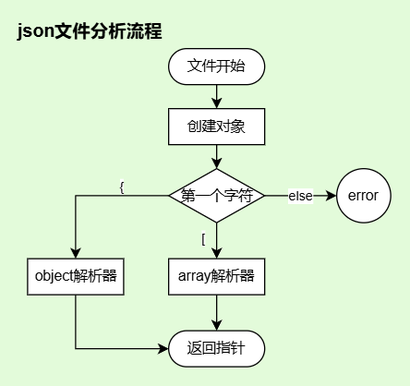
Above: pic_src/parser_json_file.png in Tankckr/JSON_analyser (draw.io), before the change. Source tidied: cells renumbered, new cells last; positions are measured from the earlier drawing's top-left corner, leaving out a move shared by most shapes.
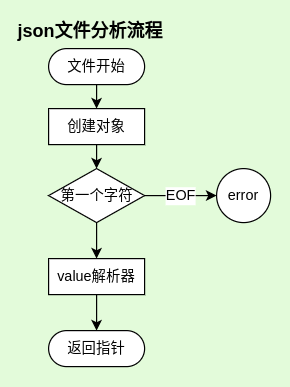
After the commit.

What changed in the source:
```diff
@@ -1,56 +1,45 @@
 <mxGraphModel background="#e3fbda">
   <root>
     <mxCell id="0" />
-    <mxCell id="1" parent="0" />
-    <mxCell id="2" style="rounded=0;whiteSpace=wrap;html=1;opacity=0;" parent="1" vertex="1">
-      <mxGeometry width="340" height="320" as="geometry" />
-    </mxCell>
+    <mxCell id="18" value="file_main" parent="0" />
+    <mxCell id="19" style="rounded=0;whiteSpace=wrap;html=1;opacity=0;" parent="18" vertex="1">
+      <mxGeometry x="100" width="240" height="320" as="geometry" />
+    </mxCell>
-    <mxCell id="3" style="edgeStyle=orthogonalEdgeStyle;rounded=0;jettySize=auto;html=1;exitX=0.5;exitY=1;exitDx=0;exitDy=0;entryX=0.5;entryY=0;entryDx=0;entryDy=0;" parent="1" edge="1" source="4" target="16">
+    <mxCell id="3" style="edgeStyle=orthogonalEdgeStyle;rounded=0;jettySize=auto;html=1;exitX=0.5;exitY=1;exitDx=0;exitDy=0;entryX=0.5;entryY=0;entryDx=0;entryDy=0;" parent="18" edge="1" source="4" target="16">
       <mxGeometry relative="1" as="geometry" />
     </mxCell>
-    <mxCell id="4" value="文件开始" style="rounded=1;whiteSpace=wrap;html=1;arcSize=50;" parent="1" vertex="1">
+    <mxCell id="4" value="文件开始" style="rounded=1;whiteSpace=wrap;html=1;arcSize=50;" parent="18" vertex="1">
       <mxGeometry x="140" y="40" width="80" height="30" as="geometry" />
     </mxCell>
-    <mxCell id="5" value="{" style="edgeStyle=orthogonalEdgeStyle;rounded=0;jettySize=auto;html=1;entryX=0.5;entryY=0;entryDx=0;entryDy=0;" parent="1" edge="1" source="8" target="10">
-      <mxGeometry x="-0.4" y="-7" relative="1" as="geometry">
-        <mxPoint y="-1" as="offset" />
-      </mxGeometry>
-    </mxCell>
-    <mxCell id="6" value="[" style="edgeStyle=orthogonalEdgeStyle;rounded=0;jettySize=auto;html=1;" parent="1" edge="1" source="8" target="12">
-      <mxGeometry x="0.32" y="-11" relative="1" as="geometry" />
-    </mxCell>
-    <mxCell id="7" value="else" style="edgeStyle=orthogonalEdgeStyle;rounded=0;jettySize=auto;html=1;" parent="1" edge="1" source="8" target="13">
+    <mxCell id="7" value="EOF" style="edgeStyle=orthogonalEdgeStyle;rounded=0;jettySize=auto;html=1;" parent="18" edge="1" source="8" target="13">
       <mxGeometry relative="1" as="geometry" />
     </mxCell>
+    <mxCell id="20" style="edgeStyle=orthogonalEdgeStyle;rounded=0;jettySize=auto;html=1;exitX=0.5;exitY=1;exitDx=0;exitDy=0;entryX=0.5;entryY=0;entryDx=0;entryDy=0;" parent="18" edge="1" source="8" target="22">
+      <mxGeometry relative="1" as="geometry" />
+    </mxCell>
-    <mxCell id="8" value="第一个字符" style="rhombus;whiteSpace=wrap;html=1;rounded=0;spacingLeft=1;" parent="1" vertex="1">
+    <mxCell id="8" value="第一个字符" style="rhombus;whiteSpace=wrap;html=1;rounded=0;spacingLeft=1;" parent="18" vertex="1">
       <mxGeometry x="140" y="140" width="80" height="45" as="geometry" />
     </mxCell>
-    <mxCell id="9" style="edgeStyle=orthogonalEdgeStyle;rounded=0;jettySize=auto;html=1;exitX=0.5;exitY=1;exitDx=0;exitDy=0;entryX=0;entryY=0.5;entryDx=0;entryDy=0;" parent="1" edge="1" source="10" target="14">
-      <mxGeometry relative="1" as="geometry" />
-    </mxCell>
-    <mxCell id="10" value="object解析器" style="whiteSpace=wrap;html=1;rounded=0;" parent="1" vertex="1">
-      <mxGeometry x="22.5" y="215" width="80" height="30" as="geometry" />
-    </mxCell>
-    <mxCell id="11" style="edgeStyle=orthogonalEdgeStyle;rounded=0;jettySize=auto;html=1;exitX=0.5;exitY=1;exitDx=0;exitDy=0;entryX=0.5;entryY=0;entryDx=0;entryDy=0;" parent="1" edge="1" source="12" target="14">
-      <mxGeometry relative="1" as="geometry" />
-    </mxCell>
-    <mxCell id="12" value="array解析器" style="whiteSpace=wrap;html=1;rounded=0;" parent="1" vertex="1">
-      <mxGeometry x="140" y="215" width="80" height="30" as="geometry" />
-    </mxCell>
+    <mxCell id="21" style="edgeStyle=orthogonalEdgeStyle;rounded=0;jettySize=auto;html=1;exitX=0.5;exitY=1;exitDx=0;exitDy=0;entryX=0.5;entryY=0;entryDx=0;entryDy=0;" parent="18" edge="1" source="22" target="14">
+      <mxGeometry relative="1" as="geometry" />
+    </mxCell>
+    <mxCell id="22" value="value解析器" style="whiteSpace=wrap;html=1;rounded=0;" parent="18" vertex="1">
+      <mxGeometry x="140" y="215" width="80" height="30" as="geometry" />
+    </mxCell>
-    <mxCell id="13" value="error" style="ellipse;whiteSpace=wrap;html=1;rounded=0;" parent="1" vertex="1">
+    <mxCell id="13" value="error" style="ellipse;whiteSpace=wrap;html=1;rounded=0;" parent="18" vertex="1">
       <mxGeometry x="280" y="140" width="45" height="45" as="geometry" />
     </mxCell>
-    <mxCell id="14" value="返回指针" style="rounded=1;whiteSpace=wrap;html=1;arcSize=50;" parent="1" vertex="1">
+    <mxCell id="14" value="返回指针" style="rounded=1;whiteSpace=wrap;html=1;arcSize=50;" parent="18" vertex="1">
       <mxGeometry x="140" y="275" width="80" height="30" as="geometry" />
     </mxCell>
-    <mxCell id="15" style="edgeStyle=orthogonalEdgeStyle;rounded=0;jettySize=auto;html=1;exitX=0.5;exitY=1;exitDx=0;exitDy=0;entryX=0.5;entryY=0;entryDx=0;entryDy=0;" parent="1" edge="1" source="16" target="8">
+    <mxCell id="15" style="edgeStyle=orthogonalEdgeStyle;rounded=0;jettySize=auto;html=1;exitX=0.5;exitY=1;exitDx=0;exitDy=0;entryX=0.5;entryY=0;entryDx=0;entryDy=0;" parent="18" edge="1" source="16" target="8">
       <mxGeometry relative="1" as="geometry" />
     </mxCell>
-    <mxCell id="16" value="创建对象" style="whiteSpace=wrap;html=1;rounded=0;" parent="1" vertex="1">
+    <mxCell id="16" value="创建对象" style="whiteSpace=wrap;html=1;rounded=0;" parent="18" vertex="1">
       <mxGeometry x="140" y="90" width="80" height="30" as="geometry" />
     </mxCell>
-    <mxCell id="17" value="json文件分析流程" style="text;strokeColor=none;align=center;fillColor=none;html=1;verticalAlign=middle;whiteSpace=wrap;rounded=0;fontSize=15;fontStyle=1;" parent="1" vertex="1">
-      <mxGeometry x="10" y="10" width="130" height="30" as="geometry" />
+    <mxCell id="17" value="json文件分析流程" style="text;strokeColor=none;align=center;fillColor=none;html=1;verticalAlign=middle;whiteSpace=wrap;rounded=0;fontSize=15;fontStyle=1;" parent="18" vertex="1">
+      <mxGeometry x="110" y="10" width="130" height="30" as="geometry" />
     </mxCell>
   </root>
 </mxGraphModel>
```
